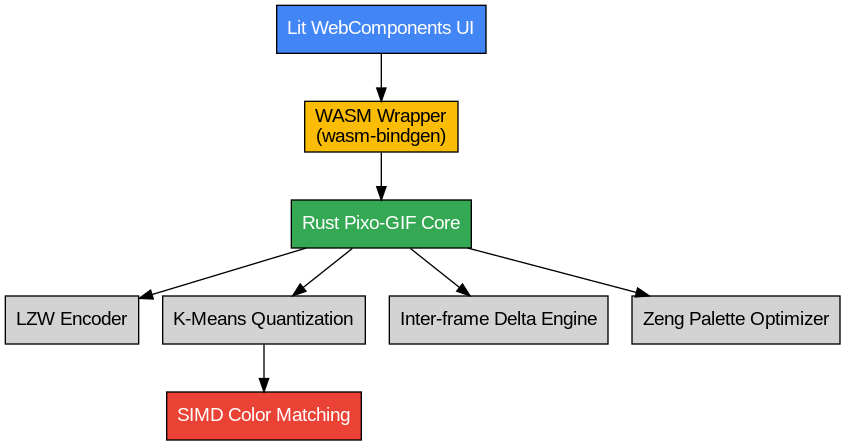
This is docs/architecture.png from ghchinoy/pixie-anim, a Graphviz export, as it was before one commit. Its source is kept beside it as docs/architecture.dot. Its diagram source:
```dot
digraph G {
    rankdir=TB;
    node [shape=box, fontname="Arial", style=filled, fillcolor=white];
    compound=true;

    subgraph cluster_ui {
        label = "UI Layer (Lit)";
        style=dashed;
        Dropzone [label="<pixie-dropzone>"];
        Viewer [label="<pixie-viewer>"];
    }

    subgraph cluster_wasm {
        label = "WASM Wrapper";
        WasmBindgen [label="wasm-bindgen"];
        BufferMgr [label="Talc Allocator"];
    }

    subgraph cluster_core {
        label = "Rust Core (pixie_anim_lib)";

        Delta [label="Delta Engine
(Transparency + Bounding Box)"];

        subgraph cluster_quant {
            label = "Quantization";
            KMeans [label="K-Means++ (Lab)"];
            PlanarConvert [label="Planar Palette
Conversion"];
            SIMD [label="SIMD Nearest Color
(AVX2/NEON)"];

            KMeans -> PlanarConvert -> SIMD;
        }

        Zeng [label="Zeng Palette
Reordering"];
        LZW [label="LZW Encoder
(Variable-bit)"];

        Delta -> KMeans;
        KMeans -> Zeng;
        Zeng -> LZW;
    }

    Dropzone -> WasmBindgen [label="Raw Pixels"];
    WasmBindgen -> BufferMgr;
    WasmBindgen -> Delta;
    LZW -> WasmBindgen [label="GIF Bytes"];
    WasmBindgen -> Viewer [label="Blob URL"];
}
```
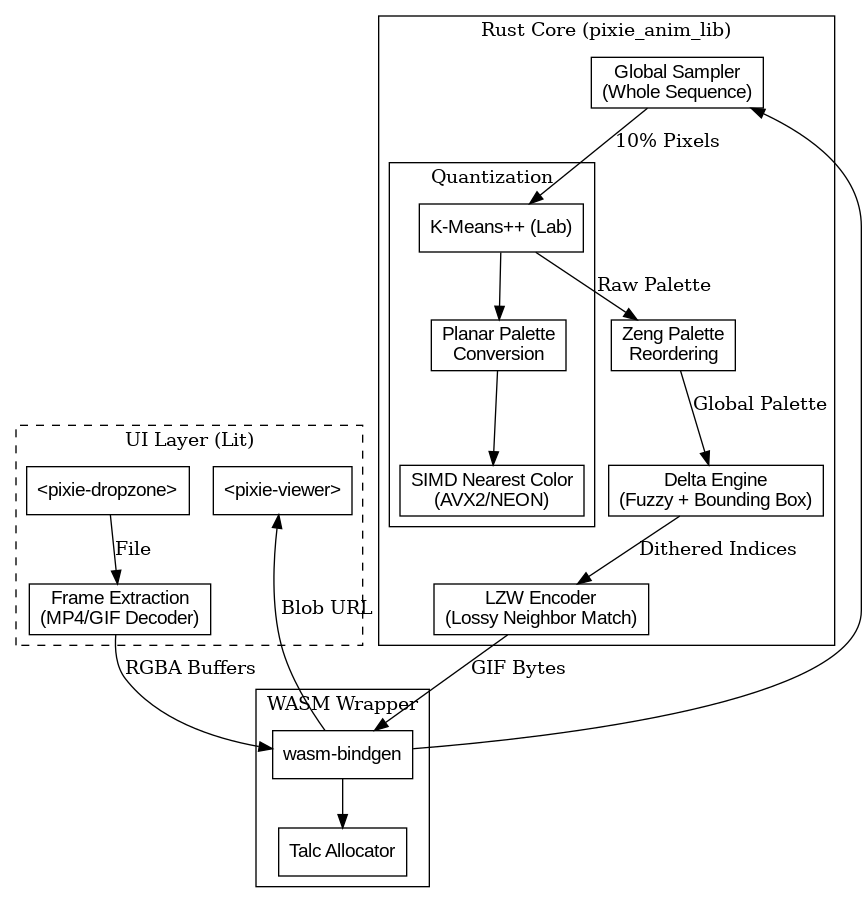
Later version of the same file.

Commit message:
docs: finalize Pixie-Anim rebranding and update technical guides with fuzzy/lossy logic

What changed in the source:
```diff
@@ -7,7 +7,10 @@
         label = "UI Layer (Lit)";
         style=dashed;
         Dropzone [label="<pixie-dropzone>"];
+        Extractor [label="Frame Extraction\n(MP4/GIF Decoder)"];
         Viewer [label="<pixie-viewer>"];
+
+        Dropzone -> Extractor [label="File"];
     }
 
     subgraph cluster_wasm {
@@ -19,33 +22,32 @@
     subgraph cluster_core {
         label = "Rust Core (pixie_anim_lib)";
 
-        Delta [label="Delta Engine
-(Transparency + Bounding Box)"];
+        Sampler [label="Global Sampler\n(Whole Sequence)"];
 
         subgraph cluster_quant {
             label = "Quantization";
             KMeans [label="K-Means++ (Lab)"];
-            PlanarConvert [label="Planar Palette
-Conversion"];
-            SIMD [label="SIMD Nearest Color
-(AVX2/NEON)"];
+            PlanarConvert [label="Planar Palette\nConversion"];
+            SIMD [label="SIMD Nearest Color\n(AVX2/NEON)"];
 
             KMeans -> PlanarConvert -> SIMD;
         }
 
-        Zeng [label="Zeng Palette
-Reordering"];
-        LZW [label="LZW Encoder
-(Variable-bit)"];
+        Zeng [label="Zeng Palette\nReordering"];
 
-        Delta -> KMeans;
-        KMeans -> Zeng;
-        Zeng -> LZW;
+        Delta [label="Delta Engine\n(Fuzzy + Bounding Box)"];
+
+        LZW [label="LZW Encoder\n(Lossy Neighbor Match)"];
+
+        Sampler -> KMeans [label="10% Pixels"];
+        KMeans -> Zeng [label="Raw Palette"];
+        Zeng -> Delta [label="Global Palette"];
+        Delta -> LZW [label="Dithered Indices"];
     }
 
-    Dropzone -> WasmBindgen [label="Raw Pixels"];
+    Extractor -> WasmBindgen [label="RGBA Buffers"];
     WasmBindgen -> BufferMgr;
-    WasmBindgen -> Delta;
+    WasmBindgen -> Sampler;
     LZW -> WasmBindgen [label="GIF Bytes"];
     WasmBindgen -> Viewer [label="Blob URL"];
 }
```
